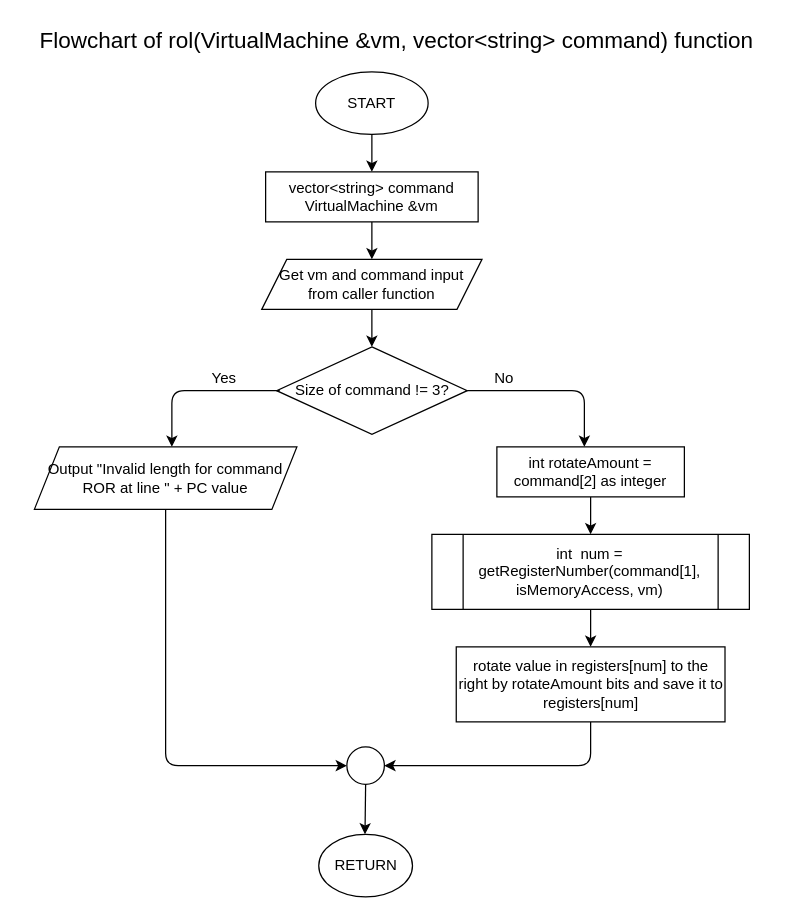
Before: page "ror" (4 of 4) of source/Flowcharts.dio in Mutton9558/TT1L_G03, a draw.io diagram. Source tidied: cells renumbered, new cells numbered last; positions are measured from the earlier drawing's top-left corner, leaving out a move shared by most shapes. Both pictures are drawn from the tidied source at 125%, with x=0, y=0 at pixel (21, 21).
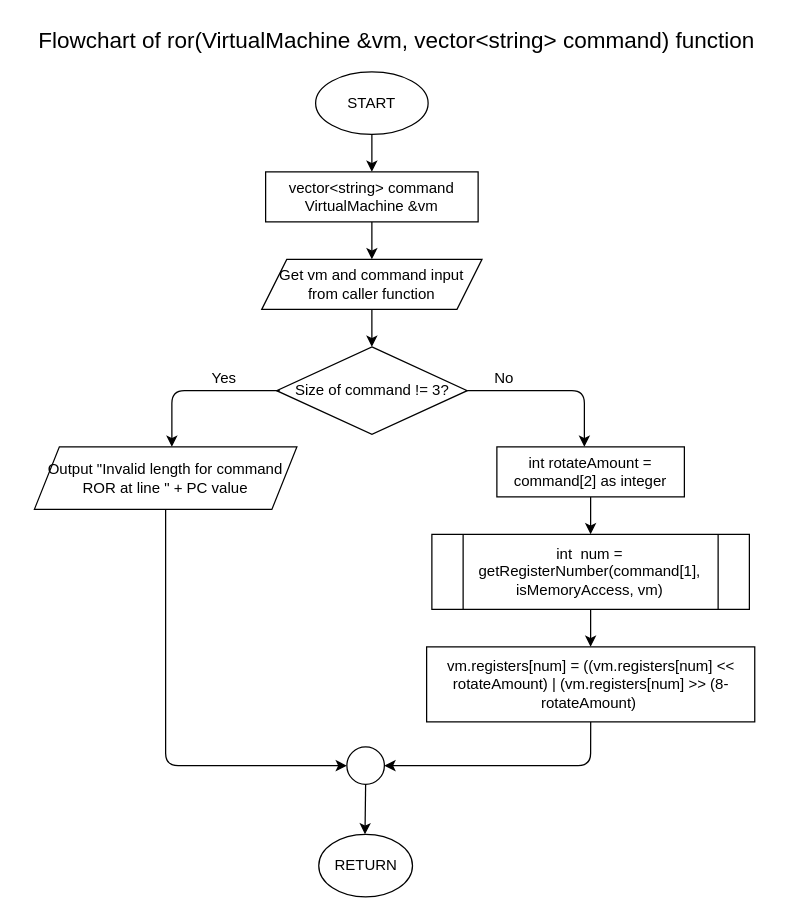
The same diagram, later.

Change to the diagram source:
```diff
@@
-    <mxCell id="2" value="&lt;font style=&quot;font-size: 18px;&quot;&gt;Flowchart of rol(VirtualMachine &amp;amp;vm, vector&amp;lt;string&amp;gt; command) function&lt;/font&gt;" style="text;html=1;align=center;verticalAlign=middle;whiteSpace=wrap;rounded=0;" parent="1" vertex="1">
+    <mxCell id="2" value="&lt;font style=&quot;font-size: 18px;&quot;&gt;Flowchart of ror(VirtualMachine &amp;amp;vm, vector&amp;lt;string&amp;gt; command) function&lt;/font&gt;" style="text;html=1;align=center;verticalAlign=middle;whiteSpace=wrap;rounded=0;" parent="1" vertex="1">
       <mxGeometry width="600" height="30" as="geometry" />
     </mxCell>
@@
-    <mxCell id="21" value="rotate value in registers[num] to the right by rotateAmount bits and save it to registers[num]" style="rounded=0;whiteSpace=wrap;html=1;" parent="1" vertex="1">
-      <mxGeometry x="347.5" y="500" width="215" height="60" as="geometry" />
+    <mxCell id="21" value="&lt;span style=&quot;color: rgb(0, 0, 0);&quot;&gt;vm.registers[num] = ((vm.registers[num] &amp;lt;&amp;lt; rotateAmount) | (vm.registers[num] &amp;gt;&amp;gt; (8-rotateAmount)&amp;nbsp;&lt;/span&gt;" style="rounded=0;whiteSpace=wrap;html=1;" parent="1" vertex="1">
+      <mxGeometry x="323.8" y="500" width="262.5" height="60" as="geometry" />
     </mxCell>
```
